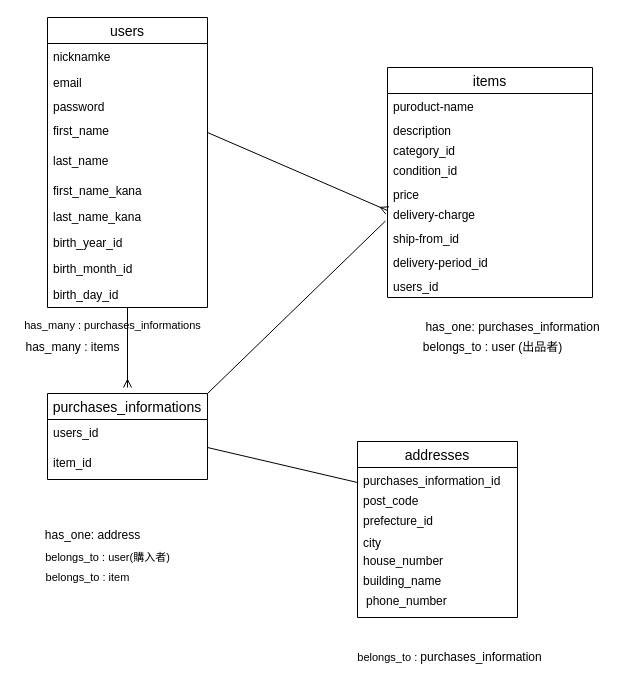
The draw.io diagram page "ページ1" (1 of 2) of furima.dio in 55tommy/furima-38555, before the edit. Source tidied: cells renumbered, new cells numbered last; positions are measured from the earlier drawing's top-left corner, leaving out a move shared by most shapes. Both pictures are drawn from the tidied source at 100%, with x=0, y=0 at pixel (17, 17).
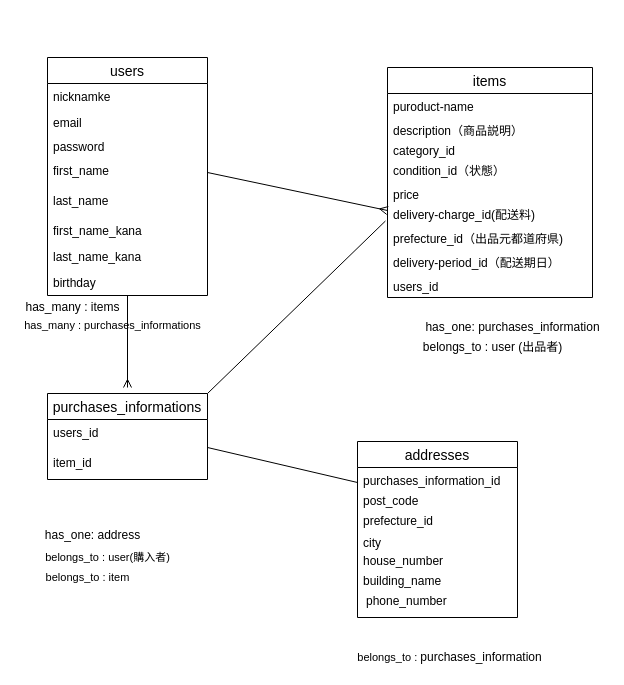
The same page after the edit.

Unchanged cells that the change refers to:
```xml
<mxCell id="2" value="items" style="swimlane;fontStyle=0;horizontal=1;startSize=26;align=center;fontSize=14;strokeColor=default;rounded=0;" parent="1" vertex="1">
  <mxGeometry x="370" y="50" width="205" height="230" as="geometry" />
</mxCell>
```

The edit, as a diff of the source:
```diff
@@
-    <mxCell id="4" value="description" style="text;strokeColor=none;fillColor=none;spacingLeft=4;spacingRight=4;overflow=hidden;fontSize=12;rounded=0;" parent="2" vertex="1">
+    <mxCell id="4" value="description（商品説明）" style="text;strokeColor=none;fillColor=none;spacingLeft=4;spacingRight=4;overflow=hidden;fontSize=12;rounded=0;" parent="2" vertex="1">
       <mxGeometry y="50" width="205" height="20" as="geometry" />
     </mxCell>
@@
-    <mxCell id="6" value="condition_id" style="text;strokeColor=none;fillColor=none;spacingLeft=4;spacingRight=4;overflow=hidden;fontSize=12;rounded=0;" parent="2" vertex="1">
+    <mxCell id="6" value="condition_id（状態）" style="text;strokeColor=none;fillColor=none;spacingLeft=4;spacingRight=4;overflow=hidden;fontSize=12;rounded=0;" parent="2" vertex="1">
       <mxGeometry y="90" width="205" height="24" as="geometry" />
     </mxCell>
@@
-    <mxCell id="8" value="delivery-charge" style="text;strokeColor=none;fillColor=none;spacingLeft=4;spacingRight=4;overflow=hidden;points=[[0,0.5],[1,0.5]];portConstraint=eastwest;fontSize=12;rounded=0;" parent="2" vertex="1">
+    <mxCell id="8" value="delivery-charge_id(配送料)" style="text;strokeColor=none;fillColor=none;spacingLeft=4;spacingRight=4;overflow=hidden;points=[[0,0.5],[1,0.5]];portConstraint=eastwest;fontSize=12;rounded=0;" parent="2" vertex="1">
       <mxGeometry y="134" width="205" height="24" as="geometry" />
     </mxCell>
-    <mxCell id="9" value="ship-from_id" style="text;strokeColor=none;fillColor=none;spacingLeft=4;spacingRight=4;overflow=hidden;fontSize=12;rounded=0;" parent="2" vertex="1">
+    <mxCell id="9" value="prefecture_id（出品元都道府県)" style="text;strokeColor=none;fillColor=none;spacingLeft=4;spacingRight=4;overflow=hidden;fontSize=12;rounded=0;" parent="2" vertex="1">
       <mxGeometry y="158" width="205" height="24" as="geometry" />
     </mxCell>
-    <mxCell id="10" value="delivery-period_id" style="text;strokeColor=none;fillColor=none;spacingLeft=4;spacingRight=4;overflow=hidden;fontSize=12;rounded=0;" parent="2" vertex="1">
+    <mxCell id="10" value="delivery-period_id（配送期日）" style="text;strokeColor=none;fillColor=none;spacingLeft=4;spacingRight=4;overflow=hidden;fontSize=12;rounded=0;" parent="2" vertex="1">
       <mxGeometry y="182" width="205" height="24" as="geometry" />
     </mxCell>
@@
     <mxCell id="13" value="users" style="swimlane;fontStyle=0;horizontal=1;startSize=26;align=center;fontSize=14;rounded=0;" parent="1" vertex="1">
-      <mxGeometry x="30" width="160" height="290" as="geometry" />
+      <mxGeometry x="30" y="40" width="160" height="238" as="geometry" />
     </mxCell>
@@
-    <mxCell id="21" value="birth_year_id" style="text;strokeColor=none;fillColor=none;spacingLeft=4;spacingRight=4;overflow=hidden;fontSize=12;rounded=0;" parent="13" vertex="1">
+    <mxCell id="21" value="birthday" style="text;strokeColor=none;fillColor=none;spacingLeft=4;spacingRight=4;overflow=hidden;fontSize=12;rounded=0;" parent="13" vertex="1">
       <mxGeometry y="212" width="160" height="26" as="geometry" />
     </mxCell>
-    <mxCell id="22" value="birth_month_id" style="text;strokeColor=none;fillColor=none;spacingLeft=4;spacingRight=4;overflow=hidden;fontSize=12;rounded=0;" parent="13" vertex="1">
-      <mxGeometry y="238" width="160" height="26" as="geometry" />
-    </mxCell>
-    <mxCell id="23" value="birth_day_id" style="text;strokeColor=none;fillColor=none;spacingLeft=4;spacingRight=4;overflow=hidden;fontSize=12;rounded=0;" parent="13" vertex="1">
-      <mxGeometry y="264" width="160" height="26" as="geometry" />
-    </mxCell>
@@
     <mxCell id="30" value="has_many : items" style="text;html=1;align=center;verticalAlign=middle;strokeColor=none;fillColor=none;" parent="1" vertex="1">
-      <mxGeometry y="320" width="110" height="20" as="geometry" />
+      <mxGeometry y="280" width="110" height="20" as="geometry" />
     </mxCell>
```
